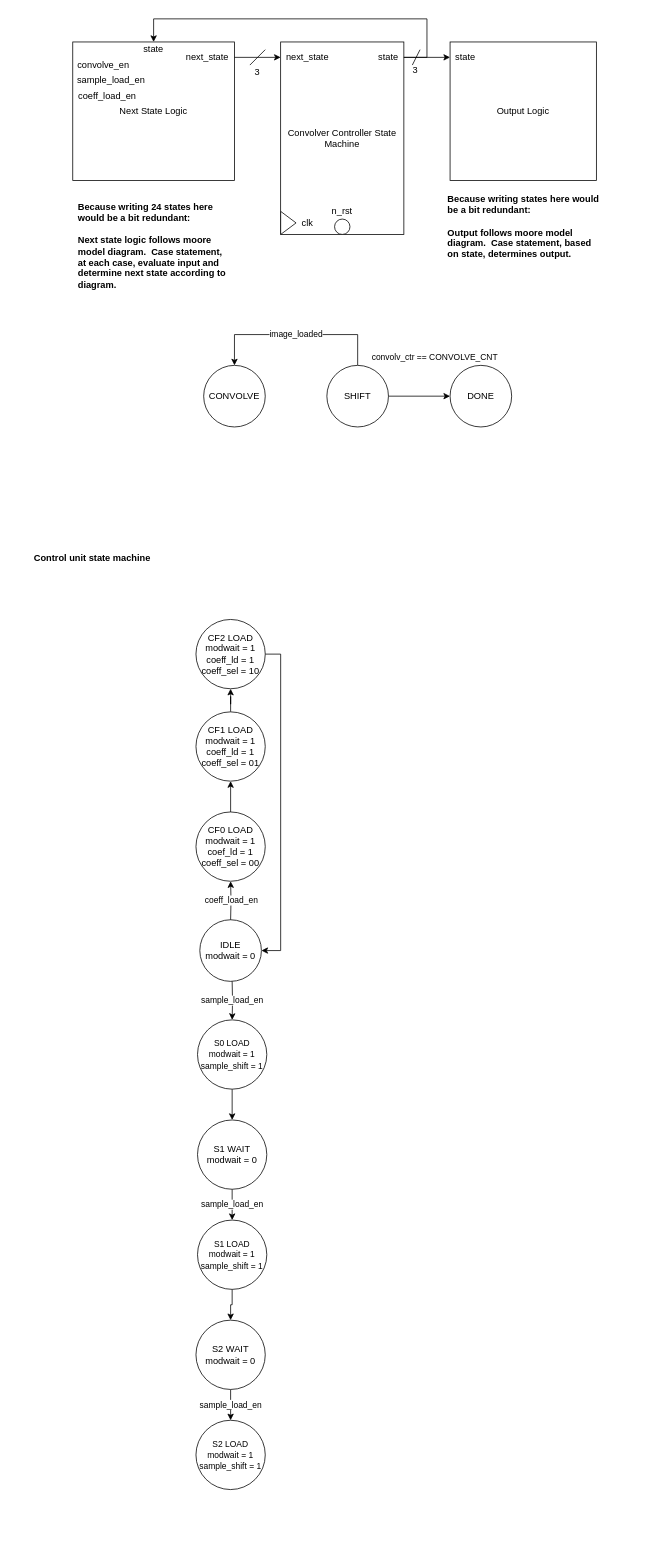
awesomeaiden/337labs keeps this draw.io diagram as Honors/docs/Convolver_Controller_RTL.drawio. Above is the earlier version. Source tidied: cells renumbered, new cells numbered last; positions are measured from the earlier drawing's top-left corner, leaving out a move shared by most shapes. Both pictures are drawn from the tidied source at 77%, with x=0, y=0 at pixel (26, 18).
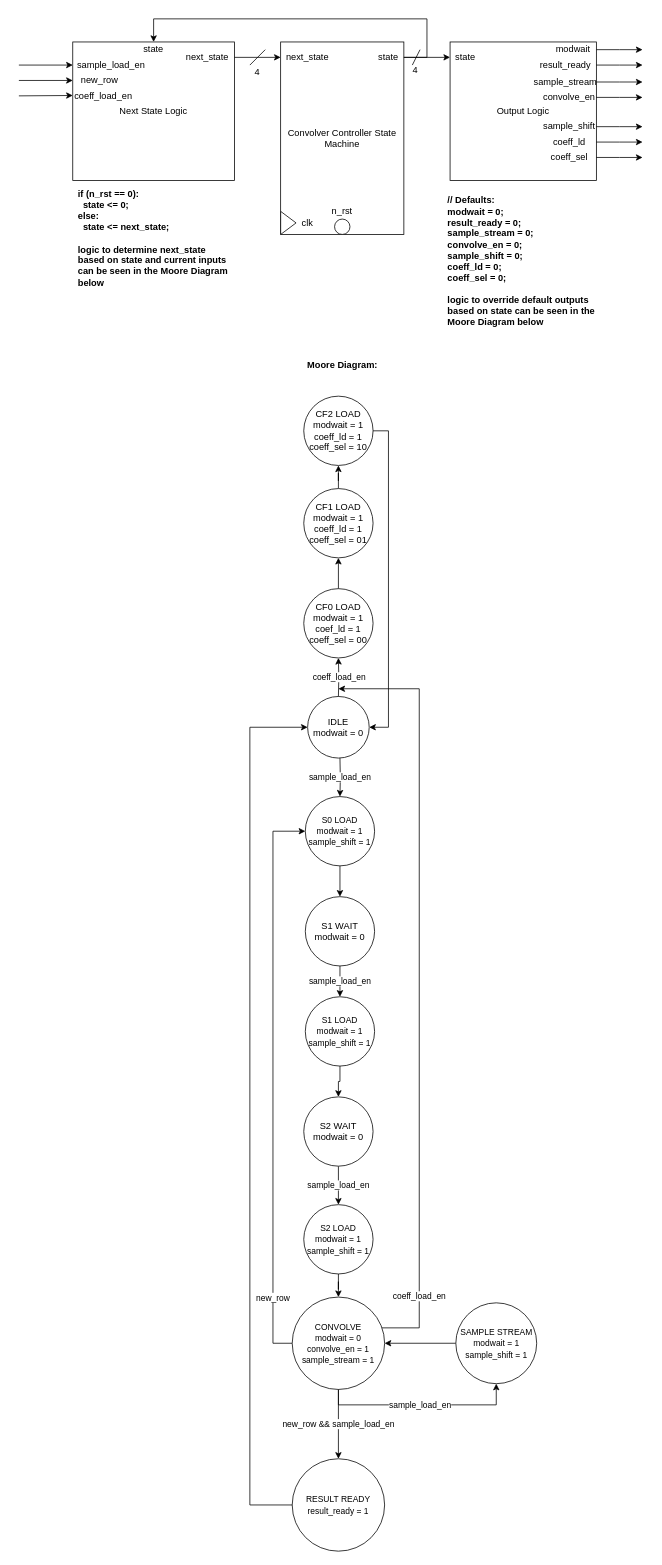
The same diagram, later.

Commit message (it also covers changes not shown here):
Honors Docs draft done

Change to the diagram source:
```diff
@@
-    <mxCell id="15" value="3" style="text;html=1;strokeColor=none;fillColor=none;align=center;verticalAlign=middle;whiteSpace=wrap;rounded=0;" parent="1" vertex="1">
+    <mxCell id="15" value="4" style="text;html=1;strokeColor=none;fillColor=none;align=center;verticalAlign=middle;whiteSpace=wrap;rounded=0;" parent="1" vertex="1">
       <mxGeometry x="500" y="62" width="10" height="10" as="geometry" />
     </mxCell>
-    <mxCell id="16" value="&lt;div align=&quot;left&quot;&gt;&lt;div align=&quot;left&quot;&gt;Because writing 24 states here would be a bit redundant:&lt;/div&gt;&lt;div align=&quot;left&quot;&gt;&lt;br&gt;&lt;/div&gt;&lt;div align=&quot;left&quot;&gt;Next state logic follows moore model diagram.&amp;nbsp; Case statement, at each case, evaluate input and determine next state according to diagram.&lt;/div&gt;&lt;/div&gt;" style="text;html=1;strokeColor=none;fillColor=none;align=left;verticalAlign=middle;whiteSpace=wrap;rounded=0;fontStyle=1;" parent="1" vertex="1">
-      <mxGeometry x="65" y="220" width="200" height="150" as="geometry" />
+    <mxCell id="16" value="&lt;div align=&quot;left&quot;&gt;&lt;div align=&quot;left&quot;&gt;if (n_rst == 0):&lt;/div&gt;&lt;div align=&quot;left&quot;&gt;&amp;nbsp; state &amp;lt;= 0;&lt;/div&gt;&lt;div align=&quot;left&quot;&gt;else:&lt;/div&gt;&lt;div align=&quot;left&quot;&gt;&amp;nbsp; state &amp;lt;= next_state;&lt;/div&gt;&lt;div align=&quot;left&quot;&gt;&lt;br&gt;&lt;/div&gt;&lt;div align=&quot;left&quot;&gt;logic to determine next_state based on state and current inputs can be seen in the Moore Diagram below&lt;/div&gt;&lt;/div&gt;" style="text;html=1;strokeColor=none;fillColor=none;align=left;verticalAlign=middle;whiteSpace=wrap;rounded=0;fontStyle=1;" parent="1" vertex="1">
+      <mxGeometry x="65" y="210" width="200" height="150" as="geometry" />
     </mxCell>
-    <mxCell id="17" value="&lt;div align=&quot;left&quot;&gt;&lt;div align=&quot;left&quot;&gt;Because writing states here would be a bit redundant:&lt;/div&gt;&lt;div align=&quot;left&quot;&gt;&lt;br&gt;&lt;/div&gt;&lt;div align=&quot;left&quot;&gt;Output follows moore model diagram.&amp;nbsp; Case statement, based on state, determines output.&lt;/div&gt;&lt;/div&gt;" style="text;html=1;strokeColor=none;fillColor=none;align=left;verticalAlign=middle;whiteSpace=wrap;rounded=0;fontStyle=1;" parent="1" vertex="1">
-      <mxGeometry x="545" y="220" width="200" height="100" as="geometry" />
+    <mxCell id="17" value="&lt;div align=&quot;left&quot;&gt;&lt;div align=&quot;left&quot;&gt;// Defaults:&lt;/div&gt;&lt;div align=&quot;left&quot;&gt;modwait = 0;&lt;/div&gt;&lt;div align=&quot;left&quot;&gt;result_ready = 0;&lt;/div&gt;&lt;div align=&quot;left&quot;&gt;sample_stream = 0;&lt;/div&gt;&lt;div align=&quot;left&quot;&gt;convolve_en = 0;&lt;/div&gt;&lt;div align=&quot;left&quot;&gt;sample_shift = 0;&lt;/div&gt;&lt;div align=&quot;left&quot;&gt;coeff_ld = 0;&lt;/div&gt;&lt;div align=&quot;left&quot;&gt;coeff_sel = 0;&lt;/div&gt;&lt;div align=&quot;left&quot;&gt;&lt;br&gt;&lt;/div&gt;&lt;div align=&quot;left&quot;&gt;logic to override default outputs based on state can be seen in the Moore Diagram below&lt;/div&gt;&lt;/div&gt;" style="text;html=1;strokeColor=none;fillColor=none;align=left;verticalAlign=middle;whiteSpace=wrap;rounded=0;fontStyle=1;" parent="1" vertex="1">
+      <mxGeometry x="545" y="250" width="200" height="130" as="geometry" />
     </mxCell>
@@
-    <mxCell id="21" value="convolve_en" style="text;html=1;strokeColor=none;fillColor=none;align=center;verticalAlign=middle;whiteSpace=wrap;rounded=0;" parent="1" vertex="1">
-      <mxGeometry x="60" y="50" width="80" height="20" as="geometry" />
+    <mxCell id="21" value="sample_load_en" style="text;html=1;strokeColor=none;fillColor=none;align=center;verticalAlign=middle;whiteSpace=wrap;rounded=0;" parent="1" vertex="1">
+      <mxGeometry x="60" y="50" width="100" height="20" as="geometry" />
     </mxCell>
-    <mxCell id="22" value="sample_load_en" style="text;html=1;strokeColor=none;fillColor=none;align=center;verticalAlign=middle;whiteSpace=wrap;rounded=0;" parent="1" vertex="1">
-      <mxGeometry x="60" y="70" width="100" height="20" as="geometry" />
+    <mxCell id="22" value="new_row" style="text;html=1;strokeColor=none;fillColor=none;align=center;verticalAlign=middle;whiteSpace=wrap;rounded=0;" parent="1" vertex="1">
+      <mxGeometry x="60" y="70" width="70" height="20" as="geometry" />
     </mxCell>
     <mxCell id="23" value="coeff_load_en" style="text;html=1;strokeColor=none;fillColor=none;align=center;verticalAlign=middle;whiteSpace=wrap;rounded=0;" parent="1" vertex="1">
-      <mxGeometry x="60" y="90" width="90" height="20" as="geometry" />
+      <mxGeometry x="60" y="90" width="80" height="20" as="geometry" />
     </mxCell>
     <mxCell id="24" value="IDLE&lt;br&gt;modwait = 0" style="ellipse;whiteSpace=wrap;html=1;" parent="1" vertex="1">
-      <mxGeometry x="225" y="1170" width="80" height="80" as="geometry" />
+      <mxGeometry x="365" y="880" width="80" height="80" as="geometry" />
     </mxCell>
@@
     <mxCell id="26" value="CF0 LOAD&lt;br&gt;modwait = 1&lt;br&gt;coef_ld = 1&lt;br&gt;coeff_sel = 00" style="ellipse;whiteSpace=wrap;html=1;" parent="1" vertex="1">
-      <mxGeometry x="220" y="1030" width="90" height="90" as="geometry" />
+      <mxGeometry x="360" y="740" width="90" height="90" as="geometry" />
     </mxCell>
-    <mxCell id="27" value="CONVOLVE" style="ellipse;whiteSpace=wrap;html=1;" parent="1" vertex="1">
-      <mxGeometry x="230" y="450" width="80" height="80" as="geometry" />
-    </mxCell>
     <mxCell id="28" value="coeff_load_en" style="edgeStyle=orthogonalEdgeStyle;rounded=0;jettySize=auto;html=1;" parent="1" edge="1" target="26">
       <mxGeometry relative="1" as="geometry">
-        <mxPoint x="265" y="1170" as="sourcePoint" />
+        <mxPoint x="405" y="880" as="sourcePoint" />
       </mxGeometry>
     </mxCell>
-    <mxCell id="29" value="image_loaded" style="edgeStyle=orthogonalEdgeStyle;rounded=0;jettySize=auto;html=1;entryX=0.5;entryY=0;entryDx=0;entryDy=0;exitX=0.5;exitY=0;exitDx=0;exitDy=0;" parent="1" edge="1" source="31" target="27">
-      <mxGeometry relative="1" as="geometry">
-        <Array as="points">
-          <mxPoint x="430" y="410" />
-          <mxPoint x="270" y="410" />
-        </Array>
-      </mxGeometry>
-    </mxCell>
-    <mxCell id="30" value="convolv_ctr == CONVOLVE_CNT" style="edgeStyle=orthogonalEdgeStyle;rounded=0;jettySize=auto;html=1;" parent="1" edge="1" source="31" target="32">
-      <mxGeometry x="0.5" y="50" relative="1" as="geometry" />
-    </mxCell>
-    <mxCell id="31" value="SHIFT" style="ellipse;whiteSpace=wrap;html=1;" parent="1" vertex="1">
-      <mxGeometry x="390" y="450" width="80" height="80" as="geometry" />
-    </mxCell>
-    <mxCell id="32" value="DONE" style="ellipse;whiteSpace=wrap;html=1;" parent="1" vertex="1">
-      <mxGeometry x="550" y="450" width="80" height="80" as="geometry" />
-    </mxCell>
-    <mxCell id="33" value="&lt;b&gt;Control unit state machine&lt;/b&gt;" style="text;html=1;align=center;verticalAlign=middle;" parent="1" vertex="1">
-      <mxGeometry y="690" width="170" height="20" as="geometry" />
+    <mxCell id="33" value="&lt;b&gt;Moore Diagram:&lt;/b&gt;" style="text;html=1;align=center;verticalAlign=middle;" parent="1" vertex="1">
+      <mxGeometry x="355" y="440" width="110" height="20" as="geometry" />
     </mxCell>
@@
-    <mxCell id="35" value="3" style="text;html=1;strokeColor=none;fillColor=none;align=center;verticalAlign=middle;whiteSpace=wrap;rounded=0;" parent="1" vertex="1">
+    <mxCell id="35" value="4" style="text;html=1;strokeColor=none;fillColor=none;align=center;verticalAlign=middle;whiteSpace=wrap;rounded=0;" parent="1" vertex="1">
       <mxGeometry x="290" y="60" width="20" height="20" as="geometry" />
     </mxCell>
@@
     <mxCell id="37" value="CF1 LOAD&lt;br&gt;modwait = 1&lt;br&gt;coeff_ld = 1&lt;br&gt;coeff_sel = 01" style="ellipse;whiteSpace=wrap;html=1;" parent="1" vertex="1">
-      <mxGeometry x="220" y="900" width="90" height="90" as="geometry" />
+      <mxGeometry x="360" y="610" width="90" height="90" as="geometry" />
     </mxCell>
     <mxCell id="38" style="edgeStyle=orthogonalEdgeStyle;rounded=0;jettySize=auto;html=1;entryX=1;entryY=0.5;entryDx=0;entryDy=0;" parent="1" edge="1" source="39" target="24">
       <mxGeometry relative="1" as="geometry">
         <Array as="points">
-          <mxPoint x="330" y="825" />
-          <mxPoint x="330" y="1210" />
+          <mxPoint x="470" y="535" />
+          <mxPoint x="470" y="920" />
         </Array>
       </mxGeometry>
     </mxCell>
     <mxCell id="39" value="CF2 LOAD&lt;br&gt;modwait = 1&lt;br&gt;coeff_ld = 1&lt;br&gt;coeff_sel = 10" style="ellipse;whiteSpace=wrap;html=1;" parent="1" vertex="1">
-      <mxGeometry x="220" y="780" width="90" height="90" as="geometry" />
+      <mxGeometry x="360" y="490" width="90" height="90" as="geometry" />
     </mxCell>
     <mxCell id="40" value="sample_load_en" style="edgeStyle=orthogonalEdgeStyle;rounded=0;jettySize=auto;html=1;entryX=0.5;entryY=0;entryDx=0;entryDy=0;" parent="1" edge="1" target="42">
       <mxGeometry relative="1" as="geometry">
-        <mxPoint x="267" y="1250" as="sourcePoint" />
+        <mxPoint x="407" y="960" as="sourcePoint" />
       </mxGeometry>
     </mxCell>
@@
     <mxCell id="42" value="&lt;font style=&quot;font-size: 11px&quot;&gt;S0 LOAD&lt;br&gt;modwait = 1&lt;br&gt;sample_shift = 1&lt;/font&gt;" style="ellipse;whiteSpace=wrap;html=1;" parent="1" vertex="1">
-      <mxGeometry x="222" y="1300" width="90" height="90" as="geometry" />
+      <mxGeometry x="362" y="1010" width="90" height="90" as="geometry" />
     </mxCell>
@@
     <mxCell id="44" value="&lt;font style=&quot;font-size: 11px&quot;&gt;S1 LOAD&lt;br&gt;modwait = 1&lt;br&gt;sample_shift = 1&lt;/font&gt;" style="ellipse;whiteSpace=wrap;html=1;" parent="1" vertex="1">
-      <mxGeometry x="222" y="1560" width="90" height="90" as="geometry" />
+      <mxGeometry x="362" y="1270" width="90" height="90" as="geometry" />
     </mxCell>
+    <mxCell id="50" style="edgeStyle=orthogonalEdgeStyle;rounded=0;jettySize=auto;html=1;entryX=0.5;entryY=0;entryDx=0;entryDy=0;" parent="1" edge="1" source="45" target="54">
+      <mxGeometry relative="1" as="geometry" />
+    </mxCell>
     <mxCell id="45" value="&lt;font style=&quot;font-size: 11px&quot;&gt;S2 LOAD&lt;br&gt;modwait = 1&lt;br&gt;sample_shift = 1&lt;/font&gt;" style="ellipse;whiteSpace=wrap;html=1;" parent="1" vertex="1">
-      <mxGeometry x="220" y="1820" width="90" height="90" as="geometry" />
+      <mxGeometry x="360" y="1540" width="90" height="90" as="geometry" />
     </mxCell>
@@
     <mxCell id="47" value="S1 WAIT&lt;br&gt;modwait = 0" style="ellipse;whiteSpace=wrap;html=1;" parent="1" vertex="1">
-      <mxGeometry x="222" y="1430" width="90" height="90" as="geometry" />
+      <mxGeometry x="362" y="1140" width="90" height="90" as="geometry" />
     </mxCell>
@@
     <mxCell id="49" value="S2 WAIT&lt;br&gt;modwait = 0" style="ellipse;whiteSpace=wrap;html=1;" parent="1" vertex="1">
-      <mxGeometry x="220" y="1690" width="90" height="90" as="geometry" />
+      <mxGeometry x="360" y="1400" width="90" height="90" as="geometry" />
     </mxCell>
+    <mxCell id="51" value="new_row" style="edgeStyle=orthogonalEdgeStyle;rounded=0;jettySize=auto;html=1;entryX=0;entryY=0.5;entryDx=0;entryDy=0;" parent="1" edge="1" source="54" target="42">
+      <mxGeometry x="-0.77" relative="1" as="geometry">
+        <Array as="points">
+          <mxPoint x="320" y="1720" />
+          <mxPoint x="320" y="1055" />
+        </Array>
+      </mxGeometry>
+    </mxCell>
+    <mxCell id="52" value="coeff_load_en" style="edgeStyle=orthogonalEdgeStyle;rounded=0;jettySize=auto;html=1;" parent="1" edge="1" source="54">
+      <mxGeometry x="-0.82" relative="1" as="geometry">
+        <mxPoint x="405" y="870" as="targetPoint" />
+        <Array as="points">
+          <mxPoint x="510" y="1700" />
+          <mxPoint x="510" y="870" />
+        </Array>
+      </mxGeometry>
+    </mxCell>
+    <mxCell id="53" value="new_row &amp;amp;&amp;amp; sample_load_en" style="edgeStyle=orthogonalEdgeStyle;rounded=0;jettySize=auto;html=1;entryX=0.5;entryY=0;entryDx=0;entryDy=0;" parent="1" edge="1" source="54" target="57">
+      <mxGeometry relative="1" as="geometry" />
+    </mxCell>
+    <mxCell id="54" value="&lt;font style=&quot;font-size: 11px&quot;&gt;CONVOLVE&lt;br&gt;modwait = 0&lt;br&gt;convolve_en = 1&lt;br&gt;sample_stream = 1&lt;br&gt;&lt;/font&gt;" style="ellipse;whiteSpace=wrap;html=1;" parent="1" vertex="1">
+      <mxGeometry x="345" y="1660" width="120" height="120" as="geometry" />
+    </mxCell>
+    <mxCell id="55" value="sample_load_en" style="edgeStyle=orthogonalEdgeStyle;rounded=0;jettySize=auto;html=1;entryX=0.5;entryY=1;entryDx=0;entryDy=0;" parent="1" edge="1" source="54" target="59">
+      <mxGeometry relative="1" as="geometry">
+        <Array as="points">
+          <mxPoint x="405" y="1800" />
+          <mxPoint x="610" y="1800" />
+        </Array>
+      </mxGeometry>
+    </mxCell>
+    <mxCell id="56" style="edgeStyle=orthogonalEdgeStyle;rounded=0;jettySize=auto;html=1;entryX=0;entryY=0.5;entryDx=0;entryDy=0;" parent="1" edge="1" source="57" target="24">
+      <mxGeometry relative="1" as="geometry">
+        <Array as="points">
+          <mxPoint x="290" y="1930" />
+          <mxPoint x="290" y="920" />
+        </Array>
+      </mxGeometry>
+    </mxCell>
+    <mxCell id="57" value="&lt;font style=&quot;font-size: 11px&quot;&gt;RESULT READY&lt;br&gt;result_ready = 1&lt;br&gt;&lt;/font&gt;" style="ellipse;whiteSpace=wrap;html=1;" parent="1" vertex="1">
+      <mxGeometry x="345" y="1870" width="120" height="120" as="geometry" />
+    </mxCell>
+    <mxCell id="58" style="edgeStyle=orthogonalEdgeStyle;rounded=0;jettySize=auto;html=1;entryX=1;entryY=0.5;entryDx=0;entryDy=0;" parent="1" edge="1" source="59" target="54">
+      <mxGeometry relative="1" as="geometry" />
+    </mxCell>
+    <mxCell id="59" value="&lt;span style=&quot;font-size: 11px&quot;&gt;SAMPLE STREAM&lt;br&gt;modwait = 1&lt;br&gt;sample_shift = 1&lt;br&gt;&lt;/span&gt;" style="ellipse;whiteSpace=wrap;html=1;" parent="1" vertex="1">
+      <mxGeometry x="557.5" y="1667.5" width="105" height="105" as="geometry" />
+    </mxCell>
+    <mxCell id="60" style="endArrow=classic;html=1;entryX=0;entryY=0.5;entryDx=0;entryDy=0;" parent="1" edge="1" target="21">
+      <mxGeometry relative="1" as="geometry">
+        <mxPoint x="-10" y="60" as="sourcePoint" />
+      </mxGeometry>
+    </mxCell>
+    <mxCell id="61" style="endArrow=classic;html=1;entryX=0;entryY=0.5;entryDx=0;entryDy=0;" parent="1" edge="1">
+      <mxGeometry relative="1" as="geometry">
+        <mxPoint x="-10" y="80" as="sourcePoint" />
+        <mxPoint x="60" y="80" as="targetPoint" />
+      </mxGeometry>
+    </mxCell>
+    <mxCell id="62" style="endArrow=classic;html=1;entryX=0;entryY=0.5;entryDx=0;entryDy=0;" parent="1" edge="1">
+      <mxGeometry relative="1" as="geometry">
+        <mxPoint x="-10" y="100" as="sourcePoint" />
+        <mxPoint x="60" y="99.5" as="targetPoint" />
+      </mxGeometry>
+    </mxCell>
+    <mxCell id="63" style="edgeStyle=orthogonalEdgeStyle;rounded=0;jettySize=auto;html=1;" parent="1" edge="1" source="64">
+      <mxGeometry relative="1" as="geometry">
+        <mxPoint x="800" y="40" as="targetPoint" />
+      </mxGeometry>
+    </mxCell>
+    <mxCell id="64" value="modwait" style="text;html=1;strokeColor=none;fillColor=none;align=center;verticalAlign=middle;whiteSpace=wrap;rounded=0;" parent="1" vertex="1">
+      <mxGeometry x="680" y="30" width="60" height="20" as="geometry" />
+    </mxCell>
+    <mxCell id="65" style="edgeStyle=orthogonalEdgeStyle;rounded=0;jettySize=auto;html=1;" parent="1" edge="1" source="66">
+      <mxGeometry relative="1" as="geometry">
+        <mxPoint x="800" y="60" as="targetPoint" />
+      </mxGeometry>
+    </mxCell>
+    <mxCell id="66" value="result_ready" style="text;html=1;strokeColor=none;fillColor=none;align=center;verticalAlign=middle;whiteSpace=wrap;rounded=0;" parent="1" vertex="1">
+      <mxGeometry x="660" y="50" width="80" height="20" as="geometry" />
+    </mxCell>
+    <mxCell id="67" style="edgeStyle=orthogonalEdgeStyle;rounded=0;jettySize=auto;html=1;" parent="1" edge="1" source="68">
+      <mxGeometry relative="1" as="geometry">
+        <mxPoint x="800" y="82" as="targetPoint" />
+      </mxGeometry>
+    </mxCell>
+    <mxCell id="68" value="sample_stream" style="text;html=1;strokeColor=none;fillColor=none;align=center;verticalAlign=middle;whiteSpace=wrap;rounded=0;" parent="1" vertex="1">
+      <mxGeometry x="660" y="72" width="80" height="20" as="geometry" />
+    </mxCell>
+    <mxCell id="69" style="edgeStyle=orthogonalEdgeStyle;rounded=0;jettySize=auto;html=1;" parent="1" edge="1" source="70">
+      <mxGeometry relative="1" as="geometry">
+        <mxPoint x="800" y="102" as="targetPoint" />
+      </mxGeometry>
+    </mxCell>
+    <mxCell id="70" value="convolve_en" style="text;html=1;strokeColor=none;fillColor=none;align=center;verticalAlign=middle;whiteSpace=wrap;rounded=0;" parent="1" vertex="1">
+      <mxGeometry x="670" y="92" width="70" height="20" as="geometry" />
+    </mxCell>
+    <mxCell id="71" style="edgeStyle=orthogonalEdgeStyle;rounded=0;jettySize=auto;html=1;" parent="1" edge="1" source="72">
+      <mxGeometry relative="1" as="geometry">
+        <mxPoint x="800" y="140" as="targetPoint" />
+      </mxGeometry>
+    </mxCell>
+    <mxCell id="72" value="sample_shift" style="text;html=1;strokeColor=none;fillColor=none;align=center;verticalAlign=middle;whiteSpace=wrap;rounded=0;" parent="1" vertex="1">
+      <mxGeometry x="670" y="130" width="70" height="20" as="geometry" />
+    </mxCell>
+    <mxCell id="73" style="edgeStyle=orthogonalEdgeStyle;rounded=0;jettySize=auto;html=1;" parent="1" edge="1" source="74">
+      <mxGeometry relative="1" as="geometry">
+        <mxPoint x="800" y="160" as="targetPoint" />
+      </mxGeometry>
+    </mxCell>
+    <mxCell id="74" value="coeff_ld" style="text;html=1;strokeColor=none;fillColor=none;align=center;verticalAlign=middle;whiteSpace=wrap;rounded=0;" parent="1" vertex="1">
+      <mxGeometry x="670" y="150" width="70" height="20" as="geometry" />
+    </mxCell>
+    <mxCell id="75" style="edgeStyle=orthogonalEdgeStyle;rounded=0;jettySize=auto;html=1;" parent="1" edge="1" source="76">
+      <mxGeometry relative="1" as="geometry">
+        <mxPoint x="800" y="180" as="targetPoint" />
+      </mxGeometry>
+    </mxCell>
+    <mxCell id="76" value="coeff_sel" style="text;html=1;strokeColor=none;fillColor=none;align=center;verticalAlign=middle;whiteSpace=wrap;rounded=0;" parent="1" vertex="1">
+      <mxGeometry x="670" y="170" width="70" height="20" as="geometry" />
+    </mxCell>
```
